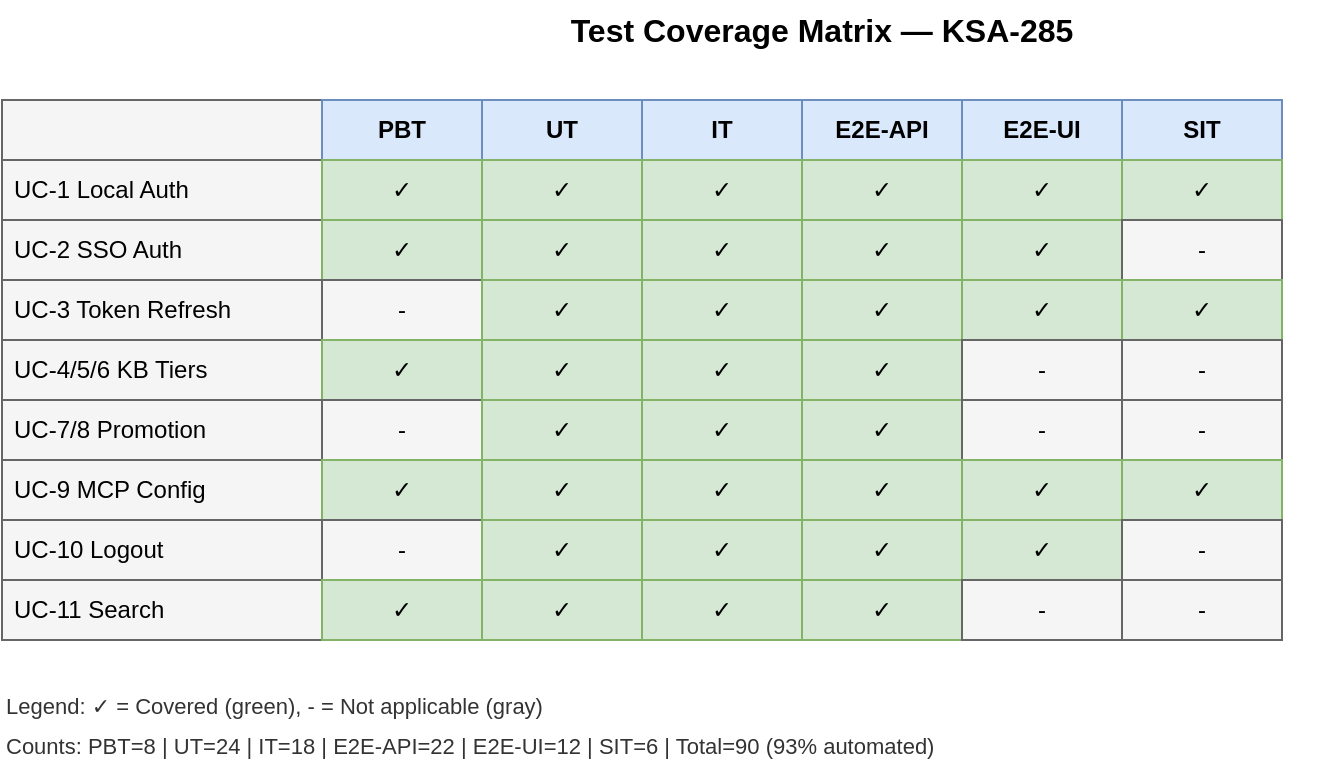
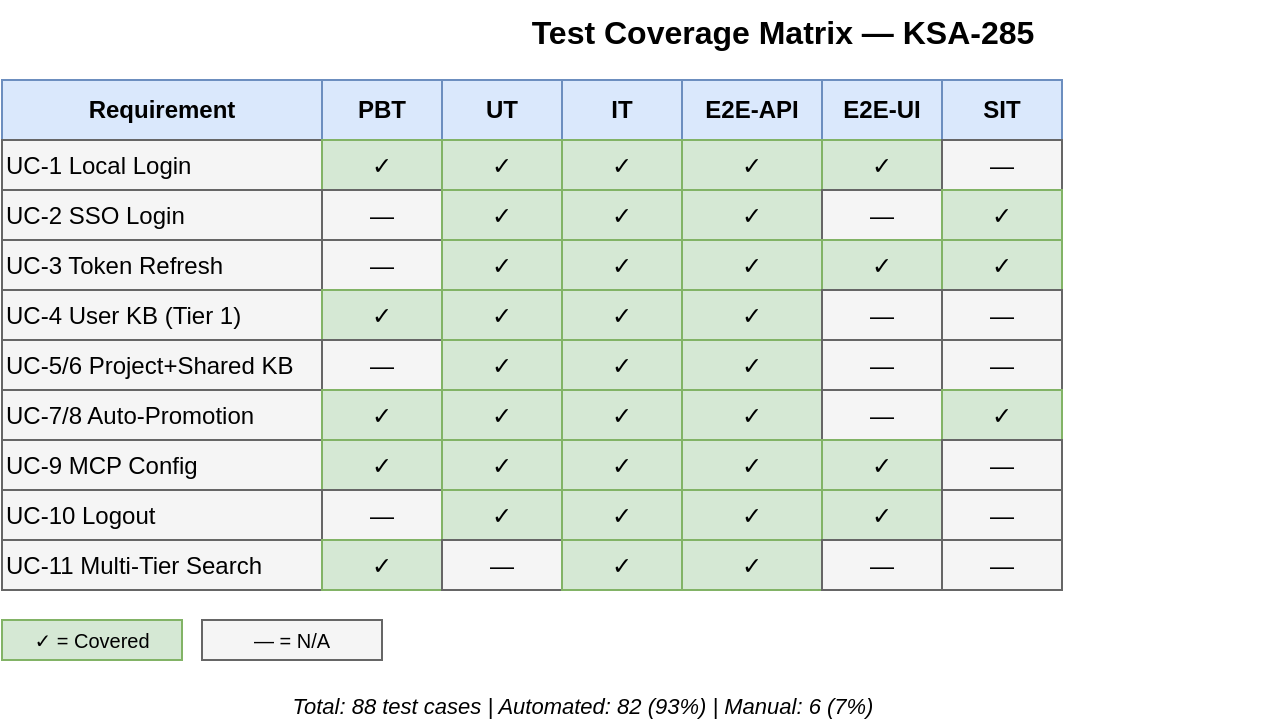
- ﻿<mxGraphModel adaptiveColors="auto"><root><mxCell id="0"/><mxCell id="1" parent="0"/>
- <mxCell id="title" value="Test Coverage Matrix — KSA-285" style="text;html=1;align=center;verticalAlign=middle;fontSize=16;fontStyle=1;whiteSpace=wrap;" vertex="1" parent="1"><mxGeometry x="200" y="20" width="500" height="30" as="geometry"/></mxCell>
- <mxCell id="h0" value="" style="rounded=0;whiteSpace=wrap;html=1;fillColor=#f5f5f5;strokeColor=#666666;" vertex="1" parent="1"><mxGeometry x="40" y="70" width="160" height="30" as="geometry"/></mxCell>
- <mxCell id="h1" value="PBT" style="rounded=0;whiteSpace=wrap;html=1;fillColor=#dae8fc;strokeColor=#6c8ebf;fontStyle=1;" vertex="1" parent="1"><mxGeometry x="200" y="70" width="80" height="30" as="geometry"/></mxCell>
- <mxCell id="h2" value="UT" style="rounded=0;whiteSpace=wrap;html=1;fillColor=#dae8fc;strokeColor=#6c8ebf;fontStyle=1;" vertex="1" parent="1"><mxGeometry x="280" y="70" width="80" height="30" as="geometry"/></mxCell>
- <mxCell id="h3" value="IT" style="rounded=0;whiteSpace=wrap;html=1;fillColor=#dae8fc;strokeColor=#6c8ebf;fontStyle=1;" vertex="1" parent="1"><mxGeometry x="360" y="70" width="80" height="30" as="geometry"/></mxCell>
- <mxCell id="h4" value="E2E-API" style="rounded=0;whiteSpace=wrap;html=1;fillColor=#dae8fc;strokeColor=#6c8ebf;fontStyle=1;" vertex="1" parent="1"><mxGeometry x="440" y="70" width="80" height="30" as="geometry"/></mxCell>
- <mxCell id="h5" value="E2E-UI" style="rounded=0;whiteSpace=wrap;html=1;fillColor=#dae8fc;strokeColor=#6c8ebf;fontStyle=1;" vertex="1" parent="1"><mxGeometry x="520" y="70" width="80" height="30" as="geometry"/></mxCell>
- <mxCell id="h6" value="SIT" style="rounded=0;whiteSpace=wrap;html=1;fillColor=#dae8fc;strokeColor=#6c8ebf;fontStyle=1;" vertex="1" parent="1"><mxGeometry x="600" y="70" width="80" height="30" as="geometry"/></mxCell>
- <mxCell id="r1" value="UC-1 Local Auth" style="rounded=0;whiteSpace=wrap;html=1;fillColor=#f5f5f5;strokeColor=#666666;align=left;spacingLeft=4;" vertex="1" parent="1"><mxGeometry x="40" y="100" width="160" height="30" as="geometry"/></mxCell>
- <mxCell id="r1c1" value="✓" style="rounded=0;whiteSpace=wrap;html=1;fillColor=#d5e8d4;strokeColor=#82b366;" vertex="1" parent="1"><mxGeometry x="200" y="100" width="80" height="30" as="geometry"/></mxCell>
- <mxCell id="r1c2" value="✓" style="rounded=0;whiteSpace=wrap;html=1;fillColor=#d5e8d4;strokeColor=#82b366;" vertex="1" parent="1"><mxGeometry x="280" y="100" width="80" height="30" as="geometry"/></mxCell>
- <mxCell id="r1c3" value="✓" style="rounded=0;whiteSpace=wrap;html=1;fillColor=#d5e8d4;strokeColor=#82b366;" vertex="1" parent="1"><mxGeometry x="360" y="100" width="80" height="30" as="geometry"/></mxCell>
- <mxCell id="r1c4" value="✓" style="rounded=0;whiteSpace=wrap;html=1;fillColor=#d5e8d4;strokeColor=#82b366;" vertex="1" parent="1"><mxGeometry x="440" y="100" width="80" height="30" as="geometry"/></mxCell>
- <mxCell id="r1c5" value="✓" style="rounded=0;whiteSpace=wrap;html=1;fillColor=#d5e8d4;strokeColor=#82b366;" vertex="1" parent="1"><mxGeometry x="520" y="100" width="80" height="30" as="geometry"/></mxCell>
- <mxCell id="r1c6" value="✓" style="rounded=0;whiteSpace=wrap;html=1;fillColor=#d5e8d4;strokeColor=#82b366;" vertex="1" parent="1"><mxGeometry x="600" y="100" width="80" height="30" as="geometry"/></mxCell>
- <mxCell id="r2" value="UC-2 SSO Auth" style="rounded=0;whiteSpace=wrap;html=1;fillColor=#f5f5f5;strokeColor=#666666;align=left;spacingLeft=4;" vertex="1" parent="1"><mxGeometry x="40" y="130" width="160" height="30" as="geometry"/></mxCell>
- <mxCell id="r2c1" value="✓" style="rounded=0;whiteSpace=wrap;html=1;fillColor=#d5e8d4;strokeColor=#82b366;" vertex="1" parent="1"><mxGeometry x="200" y="130" width="80" height="30" as="geometry"/></mxCell>
- <mxCell id="r2c2" value="✓" style="rounded=0;whiteSpace=wrap;html=1;fillColor=#d5e8d4;strokeColor=#82b366;" vertex="1" parent="1"><mxGeometry x="280" y="130" width="80" height="30" as="geometry"/></mxCell>
- <mxCell id="r2c3" value="✓" style="rounded=0;whiteSpace=wrap;html=1;fillColor=#d5e8d4;strokeColor=#82b366;" vertex="1" parent="1"><mxGeometry x="360" y="130" width="80" height="30" as="geometry"/></mxCell>
- <mxCell id="r2c4" value="✓" style="rounded=0;whiteSpace=wrap;html=1;fillColor=#d5e8d4;strokeColor=#82b366;" vertex="1" parent="1"><mxGeometry x="440" y="130" width="80" height="30" as="geometry"/></mxCell>
- <mxCell id="r2c5" value="✓" style="rounded=0;whiteSpace=wrap;html=1;fillColor=#d5e8d4;strokeColor=#82b366;" vertex="1" parent="1"><mxGeometry x="520" y="130" width="80" height="30" as="geometry"/></mxCell>
- <mxCell id="r2c6" value="-" style="rounded=0;whiteSpace=wrap;html=1;fillColor=#f5f5f5;strokeColor=#666666;" vertex="1" parent="1"><mxGeometry x="600" y="130" width="80" height="30" as="geometry"/></mxCell>
- <mxCell id="r3" value="UC-3 Token Refresh" style="rounded=0;whiteSpace=wrap;html=1;fillColor=#f5f5f5;strokeColor=#666666;align=left;spacingLeft=4;" vertex="1" parent="1"><mxGeometry x="40" y="160" width="160" height="30" as="geometry"/></mxCell>
- <mxCell id="r3c1" value="-" style="rounded=0;whiteSpace=wrap;html=1;fillColor=#f5f5f5;strokeColor=#666666;" vertex="1" parent="1"><mxGeometry x="200" y="160" width="80" height="30" as="geometry"/></mxCell>
- <mxCell id="r3c2" value="✓" style="rounded=0;whiteSpace=wrap;html=1;fillColor=#d5e8d4;strokeColor=#82b366;" vertex="1" parent="1"><mxGeometry x="280" y="160" width="80" height="30" as="geometry"/></mxCell>
- <mxCell id="r3c3" value="✓" style="rounded=0;whiteSpace=wrap;html=1;fillColor=#d5e8d4;strokeColor=#82b366;" vertex="1" parent="1"><mxGeometry x="360" y="160" width="80" height="30" as="geometry"/></mxCell>
- <mxCell id="r3c4" value="✓" style="rounded=0;whiteSpace=wrap;html=1;fillColor=#d5e8d4;strokeColor=#82b366;" vertex="1" parent="1"><mxGeometry x="440" y="160" width="80" height="30" as="geometry"/></mxCell>
- <mxCell id="r3c5" value="✓" style="rounded=0;whiteSpace=wrap;html=1;fillColor=#d5e8d4;strokeColor=#82b366;" vertex="1" parent="1"><mxGeometry x="520" y="160" width="80" height="30" as="geometry"/></mxCell>
- <mxCell id="r3c6" value="✓" style="rounded=0;whiteSpace=wrap;html=1;fillColor=#d5e8d4;strokeColor=#82b366;" vertex="1" parent="1"><mxGeometry x="600" y="160" width="80" height="30" as="geometry"/></mxCell>
- <mxCell id="r4" value="UC-4/5/6 KB Tiers" style="rounded=0;whiteSpace=wrap;html=1;fillColor=#f5f5f5;strokeColor=#666666;align=left;spacingLeft=4;" vertex="1" parent="1"><mxGeometry x="40" y="190" width="160" height="30" as="geometry"/></mxCell>
- <mxCell id="r4c1" value="✓" style="rounded=0;whiteSpace=wrap;html=1;fillColor=#d5e8d4;strokeColor=#82b366;" vertex="1" parent="1"><mxGeometry x="200" y="190" width="80" height="30" as="geometry"/></mxCell>
- <mxCell id="r4c2" value="✓" style="rounded=0;whiteSpace=wrap;html=1;fillColor=#d5e8d4;strokeColor=#82b366;" vertex="1" parent="1"><mxGeometry x="280" y="190" width="80" height="30" as="geometry"/></mxCell>
- <mxCell id="r4c3" value="✓" style="rounded=0;whiteSpace=wrap;html=1;fillColor=#d5e8d4;strokeColor=#82b366;" vertex="1" parent="1"><mxGeometry x="360" y="190" width="80" height="30" as="geometry"/></mxCell>
- <mxCell id="r4c4" value="✓" style="rounded=0;whiteSpace=wrap;html=1;fillColor=#d5e8d4;strokeColor=#82b366;" vertex="1" parent="1"><mxGeometry x="440" y="190" width="80" height="30" as="geometry"/></mxCell>
- <mxCell id="r4c5" value="-" style="rounded=0;whiteSpace=wrap;html=1;fillColor=#f5f5f5;strokeColor=#666666;" vertex="1" parent="1"><mxGeometry x="520" y="190" width="80" height="30" as="geometry"/></mxCell>
- <mxCell id="r4c6" value="-" style="rounded=0;whiteSpace=wrap;html=1;fillColor=#f5f5f5;strokeColor=#666666;" vertex="1" parent="1"><mxGeometry x="600" y="190" width="80" height="30" as="geometry"/></mxCell>
- <mxCell id="r5" value="UC-7/8 Promotion" style="rounded=0;whiteSpace=wrap;html=1;fillColor=#f5f5f5;strokeColor=#666666;align=left;spacingLeft=4;" vertex="1" parent="1"><mxGeometry x="40" y="220" width="160" height="30" as="geometry"/></mxCell>
- <mxCell id="r5c1" value="-" style="rounded=0;whiteSpace=wrap;html=1;fillColor=#f5f5f5;strokeColor=#666666;" vertex="1" parent="1"><mxGeometry x="200" y="220" width="80" height="30" as="geometry"/></mxCell>
- <mxCell id="r5c2" value="✓" style="rounded=0;whiteSpace=wrap;html=1;fillColor=#d5e8d4;strokeColor=#82b366;" vertex="1" parent="1"><mxGeometry x="280" y="220" width="80" height="30" as="geometry"/></mxCell>
- <mxCell id="r5c3" value="✓" style="rounded=0;whiteSpace=wrap;html=1;fillColor=#d5e8d4;strokeColor=#82b366;" vertex="1" parent="1"><mxGeometry x="360" y="220" width="80" height="30" as="geometry"/></mxCell>
- <mxCell id="r5c4" value="✓" style="rounded=0;whiteSpace=wrap;html=1;fillColor=#d5e8d4;strokeColor=#82b366;" vertex="1" parent="1"><mxGeometry x="440" y="220" width="80" height="30" as="geometry"/></mxCell>
- <mxCell id="r5c5" value="-" style="rounded=0;whiteSpace=wrap;html=1;fillColor=#f5f5f5;strokeColor=#666666;" vertex="1" parent="1"><mxGeometry x="520" y="220" width="80" height="30" as="geometry"/></mxCell>
- <mxCell id="r5c6" value="-" style="rounded=0;whiteSpace=wrap;html=1;fillColor=#f5f5f5;strokeColor=#666666;" vertex="1" parent="1"><mxGeometry x="600" y="220" width="80" height="30" as="geometry"/></mxCell>
- <mxCell id="r6" value="UC-9 MCP Config" style="rounded=0;whiteSpace=wrap;html=1;fillColor=#f5f5f5;strokeColor=#666666;align=left;spacingLeft=4;" vertex="1" parent="1"><mxGeometry x="40" y="250" width="160" height="30" as="geometry"/></mxCell>
- <mxCell id="r6c1" value="✓" style="rounded=0;whiteSpace=wrap;html=1;fillColor=#d5e8d4;strokeColor=#82b366;" vertex="1" parent="1"><mxGeometry x="200" y="250" width="80" height="30" as="geometry"/></mxCell>
- <mxCell id="r6c2" value="✓" style="rounded=0;whiteSpace=wrap;html=1;fillColor=#d5e8d4;strokeColor=#82b366;" vertex="1" parent="1"><mxGeometry x="280" y="250" width="80" height="30" as="geometry"/></mxCell>
- <mxCell id="r6c3" value="✓" style="rounded=0;whiteSpace=wrap;html=1;fillColor=#d5e8d4;strokeColor=#82b366;" vertex="1" parent="1"><mxGeometry x="360" y="250" width="80" height="30" as="geometry"/></mxCell>
- <mxCell id="r6c4" value="✓" style="rounded=0;whiteSpace=wrap;html=1;fillColor=#d5e8d4;strokeColor=#82b366;" vertex="1" parent="1"><mxGeometry x="440" y="250" width="80" height="30" as="geometry"/></mxCell>
- <mxCell id="r6c5" value="✓" style="rounded=0;whiteSpace=wrap;html=1;fillColor=#d5e8d4;strokeColor=#82b366;" vertex="1" parent="1"><mxGeometry x="520" y="250" width="80" height="30" as="geometry"/></mxCell>
- <mxCell id="r6c6" value="✓" style="rounded=0;whiteSpace=wrap;html=1;fillColor=#d5e8d4;strokeColor=#82b366;" vertex="1" parent="1"><mxGeometry x="600" y="250" width="80" height="30" as="geometry"/></mxCell>
- <mxCell id="r7" value="UC-10 Logout" style="rounded=0;whiteSpace=wrap;html=1;fillColor=#f5f5f5;strokeColor=#666666;align=left;spacingLeft=4;" vertex="1" parent="1"><mxGeometry x="40" y="280" width="160" height="30" as="geometry"/></mxCell>
- <mxCell id="r7c1" value="-" style="rounded=0;whiteSpace=wrap;html=1;fillColor=#f5f5f5;strokeColor=#666666;" vertex="1" parent="1"><mxGeometry x="200" y="280" width="80" height="30" as="geometry"/></mxCell>
- <mxCell id="r7c2" value="✓" style="rounded=0;whiteSpace=wrap;html=1;fillColor=#d5e8d4;strokeColor=#82b366;" vertex="1" parent="1"><mxGeometry x="280" y="280" width="80" height="30" as="geometry"/></mxCell>
- <mxCell id="r7c3" value="✓" style="rounded=0;whiteSpace=wrap;html=1;fillColor=#d5e8d4;strokeColor=#82b366;" vertex="1" parent="1"><mxGeometry x="360" y="280" width="80" height="30" as="geometry"/></mxCell>
- <mxCell id="r7c4" value="✓" style="rounded=0;whiteSpace=wrap;html=1;fillColor=#d5e8d4;strokeColor=#82b366;" vertex="1" parent="1"><mxGeometry x="440" y="280" width="80" height="30" as="geometry"/></mxCell>
- <mxCell id="r7c5" value="✓" style="rounded=0;whiteSpace=wrap;html=1;fillColor=#d5e8d4;strokeColor=#82b366;" vertex="1" parent="1"><mxGeometry x="520" y="280" width="80" height="30" as="geometry"/></mxCell>
- <mxCell id="r7c6" value="-" style="rounded=0;whiteSpace=wrap;html=1;fillColor=#f5f5f5;strokeColor=#666666;" vertex="1" parent="1"><mxGeometry x="600" y="280" width="80" height="30" as="geometry"/></mxCell>
- <mxCell id="r8" value="UC-11 Search" style="rounded=0;whiteSpace=wrap;html=1;fillColor=#f5f5f5;strokeColor=#666666;align=left;spacingLeft=4;" vertex="1" parent="1"><mxGeometry x="40" y="310" width="160" height="30" as="geometry"/></mxCell>
- <mxCell id="r8c1" value="✓" style="rounded=0;whiteSpace=wrap;html=1;fillColor=#d5e8d4;strokeColor=#82b366;" vertex="1" parent="1"><mxGeometry x="200" y="310" width="80" height="30" as="geometry"/></mxCell>
- <mxCell id="r8c2" value="✓" style="rounded=0;whiteSpace=wrap;html=1;fillColor=#d5e8d4;strokeColor=#82b366;" vertex="1" parent="1"><mxGeometry x="280" y="310" width="80" height="30" as="geometry"/></mxCell>
- <mxCell id="r8c3" value="✓" style="rounded=0;whiteSpace=wrap;html=1;fillColor=#d5e8d4;strokeColor=#82b366;" vertex="1" parent="1"><mxGeometry x="360" y="310" width="80" height="30" as="geometry"/></mxCell>
- <mxCell id="r8c4" value="✓" style="rounded=0;whiteSpace=wrap;html=1;fillColor=#d5e8d4;strokeColor=#82b366;" vertex="1" parent="1"><mxGeometry x="440" y="310" width="80" height="30" as="geometry"/></mxCell>
- <mxCell id="r8c5" value="-" style="rounded=0;whiteSpace=wrap;html=1;fillColor=#f5f5f5;strokeColor=#666666;" vertex="1" parent="1"><mxGeometry x="520" y="310" width="80" height="30" as="geometry"/></mxCell>
- <mxCell id="r8c6" value="-" style="rounded=0;whiteSpace=wrap;html=1;fillColor=#f5f5f5;strokeColor=#666666;" vertex="1" parent="1"><mxGeometry x="600" y="310" width="80" height="30" as="geometry"/></mxCell>
- <mxCell id="legend" value="Legend: ✓ = Covered (green), - = Not applicable (gray)" style="text;html=1;align=left;fontSize=11;fontColor=#333333;" vertex="1" parent="1"><mxGeometry x="40" y="360" width="400" height="20" as="geometry"/></mxCell>
- <mxCell id="counts" value="Counts: PBT=8 | UT=24 | IT=18 | E2E-API=22 | E2E-UI=12 | SIT=6 | Total=90 (93% automated)" style="text;html=1;align=left;fontSize=11;fontColor=#333333;" vertex="1" parent="1"><mxGeometry x="40" y="380" width="600" height="20" as="geometry"/></mxCell>
- </root></mxGraphModel>+ <mxGraphModel adaptiveColors="auto"><root><mxCell id="0"/><mxCell id="1" parent="0"/>
+ <!-- Title -->
+ <mxCell id="title" value="Test Coverage Matrix — KSA-285" style="text;html=1;fontSize=16;fontStyle=1;align=center;" vertex="1" parent="1"><mxGeometry x="150" y="10" width="500" height="30" as="geometry"/></mxCell>
+ <!-- Column Headers -->
+ <mxCell id="h0" value="Requirement" style="rounded=0;whiteSpace=wrap;html=1;fillColor=#dae8fc;strokeColor=#6c8ebf;fontStyle=1;" vertex="1" parent="1"><mxGeometry x="10" y="50" width="160" height="30" as="geometry"/></mxCell>
+ <mxCell id="h1" value="PBT" style="rounded=0;whiteSpace=wrap;html=1;fillColor=#dae8fc;strokeColor=#6c8ebf;fontStyle=1;" vertex="1" parent="1"><mxGeometry x="170" y="50" width="60" height="30" as="geometry"/></mxCell>
+ <mxCell id="h2" value="UT" style="rounded=0;whiteSpace=wrap;html=1;fillColor=#dae8fc;strokeColor=#6c8ebf;fontStyle=1;" vertex="1" parent="1"><mxGeometry x="230" y="50" width="60" height="30" as="geometry"/></mxCell>
+ <mxCell id="h3" value="IT" style="rounded=0;whiteSpace=wrap;html=1;fillColor=#dae8fc;strokeColor=#6c8ebf;fontStyle=1;" vertex="1" parent="1"><mxGeometry x="290" y="50" width="60" height="30" as="geometry"/></mxCell>
+ <mxCell id="h4" value="E2E-API" style="rounded=0;whiteSpace=wrap;html=1;fillColor=#dae8fc;strokeColor=#6c8ebf;fontStyle=1;" vertex="1" parent="1"><mxGeometry x="350" y="50" width="70" height="30" as="geometry"/></mxCell>
+ <mxCell id="h5" value="E2E-UI" style="rounded=0;whiteSpace=wrap;html=1;fillColor=#dae8fc;strokeColor=#6c8ebf;fontStyle=1;" vertex="1" parent="1"><mxGeometry x="420" y="50" width="60" height="30" as="geometry"/></mxCell>
+ <mxCell id="h6" value="SIT" style="rounded=0;whiteSpace=wrap;html=1;fillColor=#dae8fc;strokeColor=#6c8ebf;fontStyle=1;" vertex="1" parent="1"><mxGeometry x="480" y="50" width="60" height="30" as="geometry"/></mxCell>
+ <!-- Row 1: UC-1 Local Login -->
+ <mxCell id="r1c0" value="UC-1 Local Login" style="rounded=0;whiteSpace=wrap;html=1;align=left;fillColor=#f5f5f5;strokeColor=#666666;" vertex="1" parent="1"><mxGeometry x="10" y="80" width="160" height="25" as="geometry"/></mxCell>
+ <mxCell id="r1c1" value="✓" style="rounded=0;whiteSpace=wrap;html=1;fillColor=#d5e8d4;strokeColor=#82b366;" vertex="1" parent="1"><mxGeometry x="170" y="80" width="60" height="25" as="geometry"/></mxCell>
+ <mxCell id="r1c2" value="✓" style="rounded=0;whiteSpace=wrap;html=1;fillColor=#d5e8d4;strokeColor=#82b366;" vertex="1" parent="1"><mxGeometry x="230" y="80" width="60" height="25" as="geometry"/></mxCell>
+ <mxCell id="r1c3" value="✓" style="rounded=0;whiteSpace=wrap;html=1;fillColor=#d5e8d4;strokeColor=#82b366;" vertex="1" parent="1"><mxGeometry x="290" y="80" width="60" height="25" as="geometry"/></mxCell>
+ <mxCell id="r1c4" value="✓" style="rounded=0;whiteSpace=wrap;html=1;fillColor=#d5e8d4;strokeColor=#82b366;" vertex="1" parent="1"><mxGeometry x="350" y="80" width="70" height="25" as="geometry"/></mxCell>
+ <mxCell id="r1c5" value="✓" style="rounded=0;whiteSpace=wrap;html=1;fillColor=#d5e8d4;strokeColor=#82b366;" vertex="1" parent="1"><mxGeometry x="420" y="80" width="60" height="25" as="geometry"/></mxCell>
+ <mxCell id="r1c6" value="—" style="rounded=0;whiteSpace=wrap;html=1;fillColor=#f5f5f5;strokeColor=#666666;" vertex="1" parent="1"><mxGeometry x="480" y="80" width="60" height="25" as="geometry"/></mxCell>
+ <!-- Row 2: UC-2 SSO -->
+ <mxCell id="r2c0" value="UC-2 SSO Login" style="rounded=0;whiteSpace=wrap;html=1;align=left;fillColor=#f5f5f5;strokeColor=#666666;" vertex="1" parent="1"><mxGeometry x="10" y="105" width="160" height="25" as="geometry"/></mxCell>
+ <mxCell id="r2c1" value="—" style="rounded=0;whiteSpace=wrap;html=1;fillColor=#f5f5f5;strokeColor=#666666;" vertex="1" parent="1"><mxGeometry x="170" y="105" width="60" height="25" as="geometry"/></mxCell>
+ <mxCell id="r2c2" value="✓" style="rounded=0;whiteSpace=wrap;html=1;fillColor=#d5e8d4;strokeColor=#82b366;" vertex="1" parent="1"><mxGeometry x="230" y="105" width="60" height="25" as="geometry"/></mxCell>
+ <mxCell id="r2c3" value="✓" style="rounded=0;whiteSpace=wrap;html=1;fillColor=#d5e8d4;strokeColor=#82b366;" vertex="1" parent="1"><mxGeometry x="290" y="105" width="60" height="25" as="geometry"/></mxCell>
+ <mxCell id="r2c4" value="✓" style="rounded=0;whiteSpace=wrap;html=1;fillColor=#d5e8d4;strokeColor=#82b366;" vertex="1" parent="1"><mxGeometry x="350" y="105" width="70" height="25" as="geometry"/></mxCell>
+ <mxCell id="r2c5" value="—" style="rounded=0;whiteSpace=wrap;html=1;fillColor=#f5f5f5;strokeColor=#666666;" vertex="1" parent="1"><mxGeometry x="420" y="105" width="60" height="25" as="geometry"/></mxCell>
+ <mxCell id="r2c6" value="✓" style="rounded=0;whiteSpace=wrap;html=1;fillColor=#d5e8d4;strokeColor=#82b366;" vertex="1" parent="1"><mxGeometry x="480" y="105" width="60" height="25" as="geometry"/></mxCell>
+ <!-- Row 3: UC-3 Token Refresh -->
+ <mxCell id="r3c0" value="UC-3 Token Refresh" style="rounded=0;whiteSpace=wrap;html=1;align=left;fillColor=#f5f5f5;strokeColor=#666666;" vertex="1" parent="1"><mxGeometry x="10" y="130" width="160" height="25" as="geometry"/></mxCell>
+ <mxCell id="r3c1" value="—" style="rounded=0;whiteSpace=wrap;html=1;fillColor=#f5f5f5;strokeColor=#666666;" vertex="1" parent="1"><mxGeometry x="170" y="130" width="60" height="25" as="geometry"/></mxCell>
+ <mxCell id="r3c2" value="✓" style="rounded=0;whiteSpace=wrap;html=1;fillColor=#d5e8d4;strokeColor=#82b366;" vertex="1" parent="1"><mxGeometry x="230" y="130" width="60" height="25" as="geometry"/></mxCell>
+ <mxCell id="r3c3" value="✓" style="rounded=0;whiteSpace=wrap;html=1;fillColor=#d5e8d4;strokeColor=#82b366;" vertex="1" parent="1"><mxGeometry x="290" y="130" width="60" height="25" as="geometry"/></mxCell>
+ <mxCell id="r3c4" value="✓" style="rounded=0;whiteSpace=wrap;html=1;fillColor=#d5e8d4;strokeColor=#82b366;" vertex="1" parent="1"><mxGeometry x="350" y="130" width="70" height="25" as="geometry"/></mxCell>
+ <mxCell id="r3c5" value="✓" style="rounded=0;whiteSpace=wrap;html=1;fillColor=#d5e8d4;strokeColor=#82b366;" vertex="1" parent="1"><mxGeometry x="420" y="130" width="60" height="25" as="geometry"/></mxCell>
+ <mxCell id="r3c6" value="✓" style="rounded=0;whiteSpace=wrap;html=1;fillColor=#d5e8d4;strokeColor=#82b366;" vertex="1" parent="1"><mxGeometry x="480" y="130" width="60" height="25" as="geometry"/></mxCell>
+ <!-- Row 4: UC-4 User KB -->
+ <mxCell id="r4c0" value="UC-4 User KB (Tier 1)" style="rounded=0;whiteSpace=wrap;html=1;align=left;fillColor=#f5f5f5;strokeColor=#666666;" vertex="1" parent="1"><mxGeometry x="10" y="155" width="160" height="25" as="geometry"/></mxCell>
+ <mxCell id="r4c1" value="✓" style="rounded=0;whiteSpace=wrap;html=1;fillColor=#d5e8d4;strokeColor=#82b366;" vertex="1" parent="1"><mxGeometry x="170" y="155" width="60" height="25" as="geometry"/></mxCell>
+ <mxCell id="r4c2" value="✓" style="rounded=0;whiteSpace=wrap;html=1;fillColor=#d5e8d4;strokeColor=#82b366;" vertex="1" parent="1"><mxGeometry x="230" y="155" width="60" height="25" as="geometry"/></mxCell>
+ <mxCell id="r4c3" value="✓" style="rounded=0;whiteSpace=wrap;html=1;fillColor=#d5e8d4;strokeColor=#82b366;" vertex="1" parent="1"><mxGeometry x="290" y="155" width="60" height="25" as="geometry"/></mxCell>
+ <mxCell id="r4c4" value="✓" style="rounded=0;whiteSpace=wrap;html=1;fillColor=#d5e8d4;strokeColor=#82b366;" vertex="1" parent="1"><mxGeometry x="350" y="155" width="70" height="25" as="geometry"/></mxCell>
+ <mxCell id="r4c5" value="—" style="rounded=0;whiteSpace=wrap;html=1;fillColor=#f5f5f5;strokeColor=#666666;" vertex="1" parent="1"><mxGeometry x="420" y="155" width="60" height="25" as="geometry"/></mxCell>
+ <mxCell id="r4c6" value="—" style="rounded=0;whiteSpace=wrap;html=1;fillColor=#f5f5f5;strokeColor=#666666;" vertex="1" parent="1"><mxGeometry x="480" y="155" width="60" height="25" as="geometry"/></mxCell>
+ <!-- Row 5: UC-5..6 Project/Shared KB -->
+ <mxCell id="r5c0" value="UC-5/6 Project+Shared KB" style="rounded=0;whiteSpace=wrap;html=1;align=left;fillColor=#f5f5f5;strokeColor=#666666;" vertex="1" parent="1"><mxGeometry x="10" y="180" width="160" height="25" as="geometry"/></mxCell>
+ <mxCell id="r5c1" value="—" style="rounded=0;whiteSpace=wrap;html=1;fillColor=#f5f5f5;strokeColor=#666666;" vertex="1" parent="1"><mxGeometry x="170" y="180" width="60" height="25" as="geometry"/></mxCell>
+ <mxCell id="r5c2" value="✓" style="rounded=0;whiteSpace=wrap;html=1;fillColor=#d5e8d4;strokeColor=#82b366;" vertex="1" parent="1"><mxGeometry x="230" y="180" width="60" height="25" as="geometry"/></mxCell>
+ <mxCell id="r5c3" value="✓" style="rounded=0;whiteSpace=wrap;html=1;fillColor=#d5e8d4;strokeColor=#82b366;" vertex="1" parent="1"><mxGeometry x="290" y="180" width="60" height="25" as="geometry"/></mxCell>
+ <mxCell id="r5c4" value="✓" style="rounded=0;whiteSpace=wrap;html=1;fillColor=#d5e8d4;strokeColor=#82b366;" vertex="1" parent="1"><mxGeometry x="350" y="180" width="70" height="25" as="geometry"/></mxCell>
+ <mxCell id="r5c5" value="—" style="rounded=0;whiteSpace=wrap;html=1;fillColor=#f5f5f5;strokeColor=#666666;" vertex="1" parent="1"><mxGeometry x="420" y="180" width="60" height="25" as="geometry"/></mxCell>
+ <mxCell id="r5c6" value="—" style="rounded=0;whiteSpace=wrap;html=1;fillColor=#f5f5f5;strokeColor=#666666;" vertex="1" parent="1"><mxGeometry x="480" y="180" width="60" height="25" as="geometry"/></mxCell>
+ <!-- Row 6: UC-7/8 Promotion -->
+ <mxCell id="r6c0" value="UC-7/8 Auto-Promotion" style="rounded=0;whiteSpace=wrap;html=1;align=left;fillColor=#f5f5f5;strokeColor=#666666;" vertex="1" parent="1"><mxGeometry x="10" y="205" width="160" height="25" as="geometry"/></mxCell>
+ <mxCell id="r6c1" value="✓" style="rounded=0;whiteSpace=wrap;html=1;fillColor=#d5e8d4;strokeColor=#82b366;" vertex="1" parent="1"><mxGeometry x="170" y="205" width="60" height="25" as="geometry"/></mxCell>
+ <mxCell id="r6c2" value="✓" style="rounded=0;whiteSpace=wrap;html=1;fillColor=#d5e8d4;strokeColor=#82b366;" vertex="1" parent="1"><mxGeometry x="230" y="205" width="60" height="25" as="geometry"/></mxCell>
+ <mxCell id="r6c3" value="✓" style="rounded=0;whiteSpace=wrap;html=1;fillColor=#d5e8d4;strokeColor=#82b366;" vertex="1" parent="1"><mxGeometry x="290" y="205" width="60" height="25" as="geometry"/></mxCell>
+ <mxCell id="r6c4" value="✓" style="rounded=0;whiteSpace=wrap;html=1;fillColor=#d5e8d4;strokeColor=#82b366;" vertex="1" parent="1"><mxGeometry x="350" y="205" width="70" height="25" as="geometry"/></mxCell>
+ <mxCell id="r6c5" value="—" style="rounded=0;whiteSpace=wrap;html=1;fillColor=#f5f5f5;strokeColor=#666666;" vertex="1" parent="1"><mxGeometry x="420" y="205" width="60" height="25" as="geometry"/></mxCell>
+ <mxCell id="r6c6" value="✓" style="rounded=0;whiteSpace=wrap;html=1;fillColor=#d5e8d4;strokeColor=#82b366;" vertex="1" parent="1"><mxGeometry x="480" y="205" width="60" height="25" as="geometry"/></mxCell>
+ <!-- Row 7: UC-9 MCP Config -->
+ <mxCell id="r7c0" value="UC-9 MCP Config" style="rounded=0;whiteSpace=wrap;html=1;align=left;fillColor=#f5f5f5;strokeColor=#666666;" vertex="1" parent="1"><mxGeometry x="10" y="230" width="160" height="25" as="geometry"/></mxCell>
+ <mxCell id="r7c1" value="✓" style="rounded=0;whiteSpace=wrap;html=1;fillColor=#d5e8d4;strokeColor=#82b366;" vertex="1" parent="1"><mxGeometry x="170" y="230" width="60" height="25" as="geometry"/></mxCell>
+ <mxCell id="r7c2" value="✓" style="rounded=0;whiteSpace=wrap;html=1;fillColor=#d5e8d4;strokeColor=#82b366;" vertex="1" parent="1"><mxGeometry x="230" y="230" width="60" height="25" as="geometry"/></mxCell>
+ <mxCell id="r7c3" value="✓" style="rounded=0;whiteSpace=wrap;html=1;fillColor=#d5e8d4;strokeColor=#82b366;" vertex="1" parent="1"><mxGeometry x="290" y="230" width="60" height="25" as="geometry"/></mxCell>
+ <mxCell id="r7c4" value="✓" style="rounded=0;whiteSpace=wrap;html=1;fillColor=#d5e8d4;strokeColor=#82b366;" vertex="1" parent="1"><mxGeometry x="350" y="230" width="70" height="25" as="geometry"/></mxCell>
+ <mxCell id="r7c5" value="✓" style="rounded=0;whiteSpace=wrap;html=1;fillColor=#d5e8d4;strokeColor=#82b366;" vertex="1" parent="1"><mxGeometry x="420" y="230" width="60" height="25" as="geometry"/></mxCell>
+ <mxCell id="r7c6" value="—" style="rounded=0;whiteSpace=wrap;html=1;fillColor=#f5f5f5;strokeColor=#666666;" vertex="1" parent="1"><mxGeometry x="480" y="230" width="60" height="25" as="geometry"/></mxCell>
+ <!-- Row 8: UC-10 Logout -->
+ <mxCell id="r8c0" value="UC-10 Logout" style="rounded=0;whiteSpace=wrap;html=1;align=left;fillColor=#f5f5f5;strokeColor=#666666;" vertex="1" parent="1"><mxGeometry x="10" y="255" width="160" height="25" as="geometry"/></mxCell>
+ <mxCell id="r8c1" value="—" style="rounded=0;whiteSpace=wrap;html=1;fillColor=#f5f5f5;strokeColor=#666666;" vertex="1" parent="1"><mxGeometry x="170" y="255" width="60" height="25" as="geometry"/></mxCell>
+ <mxCell id="r8c2" value="✓" style="rounded=0;whiteSpace=wrap;html=1;fillColor=#d5e8d4;strokeColor=#82b366;" vertex="1" parent="1"><mxGeometry x="230" y="255" width="60" height="25" as="geometry"/></mxCell>
+ <mxCell id="r8c3" value="✓" style="rounded=0;whiteSpace=wrap;html=1;fillColor=#d5e8d4;strokeColor=#82b366;" vertex="1" parent="1"><mxGeometry x="290" y="255" width="60" height="25" as="geometry"/></mxCell>
+ <mxCell id="r8c4" value="✓" style="rounded=0;whiteSpace=wrap;html=1;fillColor=#d5e8d4;strokeColor=#82b366;" vertex="1" parent="1"><mxGeometry x="350" y="255" width="70" height="25" as="geometry"/></mxCell>
+ <mxCell id="r8c5" value="✓" style="rounded=0;whiteSpace=wrap;html=1;fillColor=#d5e8d4;strokeColor=#82b366;" vertex="1" parent="1"><mxGeometry x="420" y="255" width="60" height="25" as="geometry"/></mxCell>
+ <mxCell id="r8c6" value="—" style="rounded=0;whiteSpace=wrap;html=1;fillColor=#f5f5f5;strokeColor=#666666;" vertex="1" parent="1"><mxGeometry x="480" y="255" width="60" height="25" as="geometry"/></mxCell>
+ <!-- Row 9: UC-11 Search -->
+ <mxCell id="r9c0" value="UC-11 Multi-Tier Search" style="rounded=0;whiteSpace=wrap;html=1;align=left;fillColor=#f5f5f5;strokeColor=#666666;" vertex="1" parent="1"><mxGeometry x="10" y="280" width="160" height="25" as="geometry"/></mxCell>
+ <mxCell id="r9c1" value="✓" style="rounded=0;whiteSpace=wrap;html=1;fillColor=#d5e8d4;strokeColor=#82b366;" vertex="1" parent="1"><mxGeometry x="170" y="280" width="60" height="25" as="geometry"/></mxCell>
+ <mxCell id="r9c2" value="—" style="rounded=0;whiteSpace=wrap;html=1;fillColor=#f5f5f5;strokeColor=#666666;" vertex="1" parent="1"><mxGeometry x="230" y="280" width="60" height="25" as="geometry"/></mxCell>
+ <mxCell id="r9c3" value="✓" style="rounded=0;whiteSpace=wrap;html=1;fillColor=#d5e8d4;strokeColor=#82b366;" vertex="1" parent="1"><mxGeometry x="290" y="280" width="60" height="25" as="geometry"/></mxCell>
+ <mxCell id="r9c4" value="✓" style="rounded=0;whiteSpace=wrap;html=1;fillColor=#d5e8d4;strokeColor=#82b366;" vertex="1" parent="1"><mxGeometry x="350" y="280" width="70" height="25" as="geometry"/></mxCell>
+ <mxCell id="r9c5" value="—" style="rounded=0;whiteSpace=wrap;html=1;fillColor=#f5f5f5;strokeColor=#666666;" vertex="1" parent="1"><mxGeometry x="420" y="280" width="60" height="25" as="geometry"/></mxCell>
+ <mxCell id="r9c6" value="—" style="rounded=0;whiteSpace=wrap;html=1;fillColor=#f5f5f5;strokeColor=#666666;" vertex="1" parent="1"><mxGeometry x="480" y="280" width="60" height="25" as="geometry"/></mxCell>
+ <!-- Legend -->
+ <mxCell id="leg1" value="✓ = Covered" style="rounded=0;whiteSpace=wrap;html=1;fillColor=#d5e8d4;strokeColor=#82b366;fontSize=10;" vertex="1" parent="1"><mxGeometry x="10" y="320" width="90" height="20" as="geometry"/></mxCell>
+ <mxCell id="leg2" value="— = N/A" style="rounded=0;whiteSpace=wrap;html=1;fillColor=#f5f5f5;strokeColor=#666666;fontSize=10;" vertex="1" parent="1"><mxGeometry x="110" y="320" width="90" height="20" as="geometry"/></mxCell>
+ <!-- Summary -->
+ <mxCell id="summ" value="Total: 88 test cases | Automated: 82 (93%) | Manual: 6 (7%)" style="text;html=1;fontSize=11;align=center;fontStyle=2;" vertex="1" parent="1"><mxGeometry x="100" y="350" width="400" height="20" as="geometry"/></mxCell>
+ </root></mxGraphModel>
